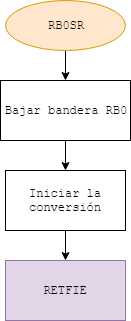
Earlier version of the draw.io export TP Final/Diagramas/RB0.png (tomasspi/EDII). Source tidied: cells renumbered, new cells last; positions are measured from the earlier drawing's top-left corner, leaving out a move shared by most shapes. The source it was exported from:
```xml
<mxGraphModel>
  <root>
    <mxCell id="0" />
    <mxCell id="1" parent="0" />
    <mxCell id="2" style="edgeStyle=orthogonalEdgeStyle;rounded=0;jettySize=auto;html=1;exitX=0.5;exitY=1;exitDx=0;exitDy=0;entryX=0.5;entryY=0;entryDx=0;entryDy=0;fontFamily=Courier New;" parent="1" edge="1" source="3" target="5">
      <mxGeometry relative="1" as="geometry" />
    </mxCell>
    <mxCell id="3" value="RB0SR" style="ellipse;whiteSpace=wrap;html=1;fillColor=#ffe6cc;strokeColor=#d79b00;fontFamily=Courier New;" parent="1" vertex="1">
      <mxGeometry x="5" width="120" height="50" as="geometry" />
    </mxCell>
    <mxCell id="4" style="edgeStyle=orthogonalEdgeStyle;rounded=0;jettySize=auto;html=1;entryX=0.5;entryY=0;entryDx=0;entryDy=0;fontFamily=Courier New;" parent="1" edge="1" source="5" target="7">
      <mxGeometry relative="1" as="geometry" />
    </mxCell>
    <mxCell id="5" value="Bajar bandera RB0" style="rounded=0;whiteSpace=wrap;html=1;fontFamily=Courier New;" parent="1" vertex="1">
      <mxGeometry y="80" width="130" height="60" as="geometry" />
    </mxCell>
    <mxCell id="6" style="edgeStyle=orthogonalEdgeStyle;rounded=0;jettySize=auto;html=1;entryX=0.5;entryY=0;entryDx=0;entryDy=0;fontFamily=Courier New;" parent="1" edge="1" source="7" target="8">
      <mxGeometry relative="1" as="geometry" />
    </mxCell>
    <mxCell id="7" value="Iniciar la conversión" style="rounded=0;whiteSpace=wrap;html=1;fontFamily=Courier New;" parent="1" vertex="1">
      <mxGeometry x="5" y="170" width="120" height="60" as="geometry" />
    </mxCell>
    <mxCell id="8" value="RETFIE" style="rounded=0;whiteSpace=wrap;html=1;fontFamily=Courier New;fillColor=#e1d5e7;strokeColor=#9673a6;" parent="1" vertex="1">
      <mxGeometry x="5" y="260" width="120" height="60" as="geometry" />
    </mxCell>
  </root>
</mxGraphModel>
```
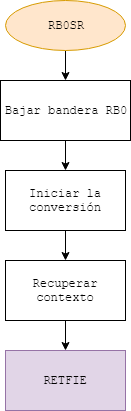
After the change.

Commit message:
Correciones en el programa y diagramas.

Change to the diagram source:
```diff
@@ -20,8 +20,14 @@
     <mxCell id="7" value="Iniciar la conversión" style="rounded=0;whiteSpace=wrap;html=1;fontFamily=Courier New;" parent="1" vertex="1">
       <mxGeometry x="5" y="170" width="120" height="60" as="geometry" />
     </mxCell>
+    <mxCell id="9" style="edgeStyle=orthogonalEdgeStyle;rounded=0;jettySize=auto;html=1;entryX=0.5;entryY=0;entryDx=0;entryDy=0;fontFamily=Courier New;" parent="1" edge="1" source="8" target="10">
+      <mxGeometry relative="1" as="geometry" />
+    </mxCell>
-    <mxCell id="8" value="RETFIE" style="rounded=0;whiteSpace=wrap;html=1;fontFamily=Courier New;fillColor=#e1d5e7;strokeColor=#9673a6;" parent="1" vertex="1">
+    <mxCell id="8" value="Recuperar contexto" style="rounded=0;whiteSpace=wrap;html=1;fontFamily=Courier New;" parent="1" vertex="1">
       <mxGeometry x="5" y="260" width="120" height="60" as="geometry" />
     </mxCell>
+    <mxCell id="10" value="RETFIE" style="rounded=0;whiteSpace=wrap;html=1;fontFamily=Courier New;fillColor=#e1d5e7;strokeColor=#9673a6;" parent="1" vertex="1">
+      <mxGeometry x="5" y="350" width="120" height="60" as="geometry" />
+    </mxCell>
   </root>
 </mxGraphModel>
```
